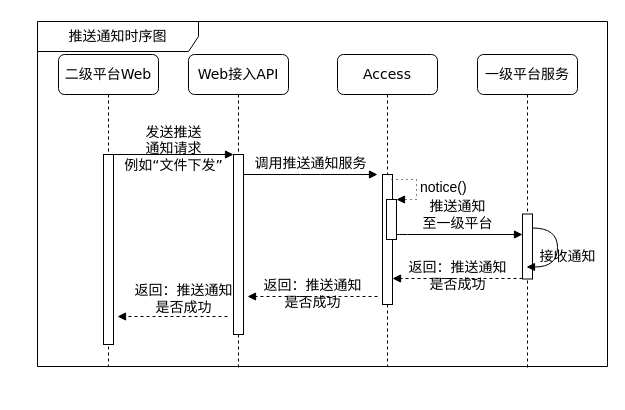
waterwatermelon/graph keeps this draw.io diagram as IOTManage/sequence-notice.drawio. Above is the earlier version. Source tidied: cells renumbered, new cells numbered last; positions are measured from the earlier drawing's top-left corner, leaving out a move shared by most shapes. Both pictures are drawn from the tidied source at 100%, with x=0, y=0 at pixel (37, 21).
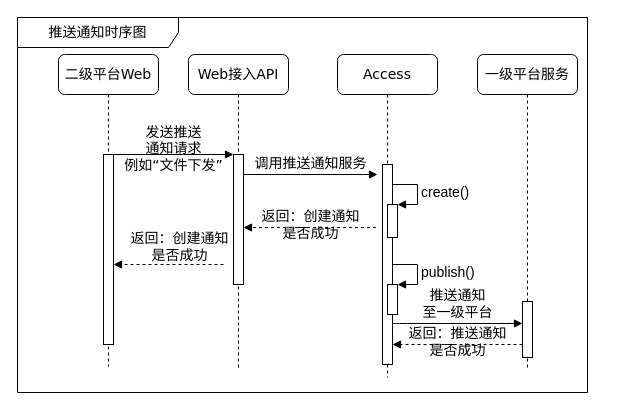
The same diagram, later.

The change refers to these unchanged cells:
```xml
<mxCell id="4" value="Web接入API" style="shape=umlLifeline;perimeter=lifelinePerimeter;whiteSpace=wrap;html=1;rounded=1;shadow=0;comic=0;labelBackgroundColor=none;strokeColor=#000000;strokeWidth=1;fillColor=#FFFFFF;fontFamily=Verdana;fontSize=14;fontColor=#000000;align=center;" parent="1" vertex="1">
  <mxGeometry x="151" y="33" width="100" height="313" as="geometry" />
</mxCell>
```

The edit, as a diff of the source:
```diff
@@
+    <mxCell id="20" value="&lt;font style=&quot;font-size: 14px&quot;&gt;create()&lt;/font&gt;" style="edgeStyle=orthogonalEdgeStyle;html=1;align=left;spacingLeft=2;endArrow=block;rounded=0;entryX=1;entryY=0;" parent="1" edge="1" target="23">
+      <mxGeometry relative="1" as="geometry">
+        <mxPoint x="355" y="163" as="sourcePoint" />
+        <Array as="points">
+          <mxPoint x="380" y="163" />
+        </Array>
+      </mxGeometry>
+    </mxCell>
     <mxCell id="2" value="&lt;font style=&quot;font-size: 14px&quot;&gt;推送通知时序图&lt;/font&gt;" style="shape=umlFrame;whiteSpace=wrap;html=1;width=161;height=30;" parent="1" vertex="1">
-      <mxGeometry width="570" height="345" as="geometry" />
+      <mxGeometry x="-20" y="-4" width="570" height="375" as="geometry" />
     </mxCell>
     <mxCell id="3" value="推送通知&lt;br&gt;至一级平台" style="html=1;verticalAlign=bottom;endArrow=block;labelBackgroundColor=none;fontFamily=Verdana;fontSize=14;edgeStyle=elbowEdgeStyle;elbow=vertical;" parent="1" edge="1">
       <mxGeometry relative="1" as="geometry">
-        <mxPoint x="355" y="213" as="sourcePoint" />
-        <mxPoint x="485" y="213" as="targetPoint" />
+        <mxPoint x="355" y="302" as="sourcePoint" />
+        <mxPoint x="485" y="302" as="targetPoint" />
         <Array as="points">
-          <mxPoint x="360" y="213" />
+          <mxPoint x="360" y="302" />
         </Array>
       </mxGeometry>
     </mxCell>
@@
     <mxCell id="5" style="html=1;points=[];perimeter=orthogonalPerimeter;rounded=0;shadow=0;comic=0;labelBackgroundColor=none;strokeColor=#000000;strokeWidth=1;fillColor=#FFFFFF;fontFamily=Verdana;fontSize=14;fontColor=#000000;align=center;" parent="4" vertex="1">
-      <mxGeometry x="45" y="100" width="10" height="180" as="geometry" />
+      <mxGeometry x="45" y="100" width="10" height="130" as="geometry" />
     </mxCell>
     <mxCell id="6" value="Access" style="shape=umlLifeline;perimeter=lifelinePerimeter;whiteSpace=wrap;html=1;rounded=1;shadow=0;comic=0;labelBackgroundColor=none;strokeColor=#000000;strokeWidth=1;fillColor=#FFFFFF;fontFamily=Verdana;fontSize=14;fontColor=#000000;align=center;" parent="1" vertex="1">
-      <mxGeometry x="300" y="33" width="100" height="312" as="geometry" />
+      <mxGeometry x="300" y="33" width="100" height="323" as="geometry" />
     </mxCell>
     <mxCell id="7" style="html=1;perimeter=orthogonalPerimeter;rounded=0;shadow=0;comic=0;labelBackgroundColor=none;strokeColor=#000000;strokeWidth=1;fillColor=#FFFFFF;fontFamily=Verdana;fontSize=14;fontColor=#000000;align=center;" parent="6" vertex="1">
-      <mxGeometry x="45" y="120" width="10" height="130" as="geometry" />
+      <mxGeometry x="45" y="110" width="10" height="200" as="geometry" />
     </mxCell>
-    <mxCell id="8" value="&lt;font style=&quot;font-size: 14px&quot;&gt;notice()&lt;/font&gt;" style="edgeStyle=orthogonalEdgeStyle;html=1;align=left;spacingLeft=2;endArrow=block;rounded=0;entryX=1;entryY=0;dashed=1;dashPattern=1 4;" parent="6" edge="1" target="9">
-      <mxGeometry relative="1" as="geometry">
-        <mxPoint x="54" y="125" as="sourcePoint" />
-        <Array as="points">
-          <mxPoint x="79" y="125" />
-        </Array>
-      </mxGeometry>
-    </mxCell>
-    <mxCell id="9" style="html=1;points=[];perimeter=orthogonalPerimeter;" parent="6" vertex="1">
-      <mxGeometry x="49" y="145" width="10" height="40" as="geometry" />
-    </mxCell>
+    <mxCell id="21" style="html=1;points=[];perimeter=orthogonalPerimeter;" parent="6" vertex="1">
+      <mxGeometry x="50" y="230" width="10" height="30" as="geometry" />
+    </mxCell>
+    <mxCell id="22" value="&lt;font style=&quot;font-size: 14px&quot;&gt;publish()&lt;/font&gt;" style="edgeStyle=orthogonalEdgeStyle;html=1;align=left;spacingLeft=2;endArrow=block;rounded=0;entryX=1;entryY=0;" parent="6" edge="1" target="21">
+      <mxGeometry relative="1" as="geometry">
+        <mxPoint x="55" y="210" as="sourcePoint" />
+        <Array as="points">
+          <mxPoint x="80" y="210" />
+        </Array>
+      </mxGeometry>
+    </mxCell>
@@
     <mxCell id="13" style="html=1;perimeter=orthogonalPerimeter;rounded=0;shadow=0;comic=0;labelBackgroundColor=none;strokeColor=#000000;strokeWidth=1;fillColor=#FFFFFF;fontFamily=Verdana;fontSize=14;fontColor=#000000;align=center;" parent="1" vertex="1">
-      <mxGeometry x="485" y="192.5" width="10" height="65" as="geometry" />
+      <mxGeometry x="485" y="280" width="10" height="56" as="geometry" />
     </mxCell>
@@
     <mxCell id="16" value="返回：推送通知&lt;br&gt;是否成功" style="html=1;verticalAlign=bottom;endArrow=block;entryX=0;entryY=0;labelBackgroundColor=none;fontFamily=Verdana;fontSize=14;dashed=1;" parent="1" edge="1">
       <mxGeometry y="17" relative="1" as="geometry">
-        <mxPoint x="485" y="257" as="sourcePoint" />
-        <mxPoint x="355" y="257" as="targetPoint" />
+        <mxPoint x="485" y="323" as="sourcePoint" />
+        <mxPoint x="355" y="323" as="targetPoint" />
       </mxGeometry>
     </mxCell>
-    <mxCell id="17" value="返回：推送通知&lt;br&gt;是否成功" style="html=1;verticalAlign=bottom;endArrow=block;labelBackgroundColor=none;fontFamily=Verdana;fontSize=14;dashed=1;" parent="1" edge="1">
+    <mxCell id="17" value="返回：创建通知&lt;br&gt;是否成功" style="html=1;verticalAlign=bottom;endArrow=block;labelBackgroundColor=none;fontFamily=Verdana;fontSize=14;dashed=1;" parent="1" edge="1">
       <mxGeometry y="17" relative="1" as="geometry">
-        <mxPoint x="340" y="275" as="sourcePoint" />
-        <mxPoint x="210" y="275" as="targetPoint" />
+        <mxPoint x="338.5" y="206" as="sourcePoint" />
+        <mxPoint x="206" y="206" as="targetPoint" />
       </mxGeometry>
     </mxCell>
-    <mxCell id="18" value="返回：推送通知&lt;br&gt;是否成功" style="html=1;verticalAlign=bottom;endArrow=block;labelBackgroundColor=none;fontFamily=Verdana;fontSize=14;dashed=1;" parent="1" edge="1">
+    <mxCell id="18" value="返回：创建通知&lt;br&gt;是否成功" style="html=1;verticalAlign=bottom;endArrow=block;labelBackgroundColor=none;fontFamily=Verdana;fontSize=14;dashed=1;" parent="1" edge="1">
       <mxGeometry x="-0.2" y="2" relative="1" as="geometry">
-        <mxPoint x="190" y="295" as="sourcePoint" />
-        <mxPoint x="80" y="295" as="targetPoint" />
+        <mxPoint x="186" y="243" as="sourcePoint" />
+        <mxPoint x="76" y="243" as="targetPoint" />
       </mxGeometry>
     </mxCell>
-    <mxCell id="19" value="接收通知" style="html=1;verticalAlign=bottom;endArrow=block;labelBackgroundColor=none;fontFamily=Verdana;fontSize=14;elbow=vertical;edgeStyle=orthogonalEdgeStyle;curved=1;exitX=1.066;exitY=0.713;exitPerimeter=0;" parent="1" edge="1">
-      <mxGeometry x="0.35" y="-10" relative="1" as="geometry">
-        <mxPoint x="495" y="206.5" as="sourcePoint" />
-        <mxPoint x="489" y="245.5" as="targetPoint" />
-        <Array as="points">
-          <mxPoint x="520" y="207" />
-          <mxPoint x="520" y="246" />
-        </Array>
-        <mxPoint x="10" y="10" as="offset" />
-      </mxGeometry>
-    </mxCell>
+    <mxCell id="23" style="html=1;points=[];perimeter=orthogonalPerimeter;" parent="1" vertex="1">
+      <mxGeometry x="350" y="183" width="10" height="33" as="geometry" />
+    </mxCell>
```
